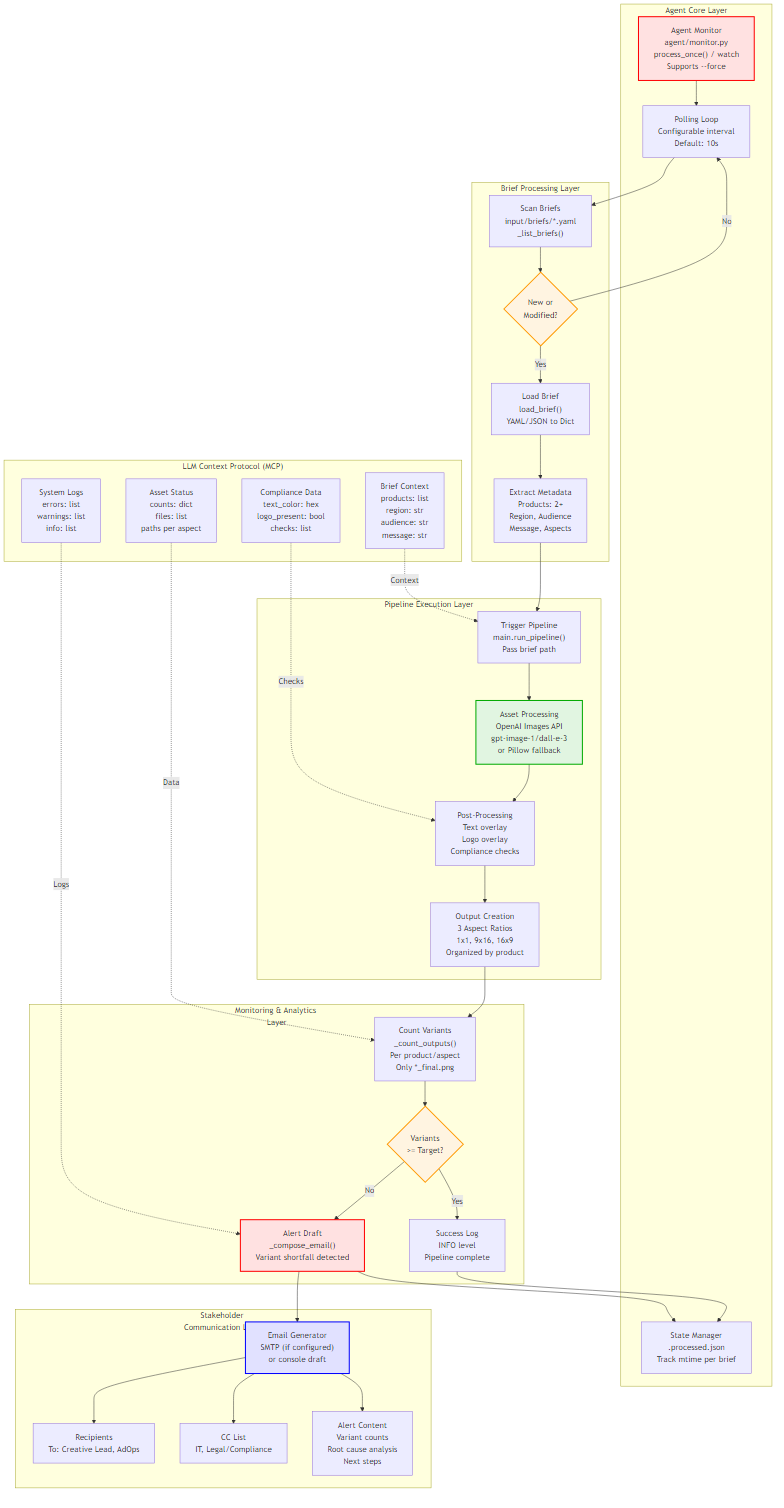
Above: docs/agentic_system_design.png in serapsen/ai-automation (Mermaid), before the change. Its source is kept beside it as docs/agentic_system_design.mmd.
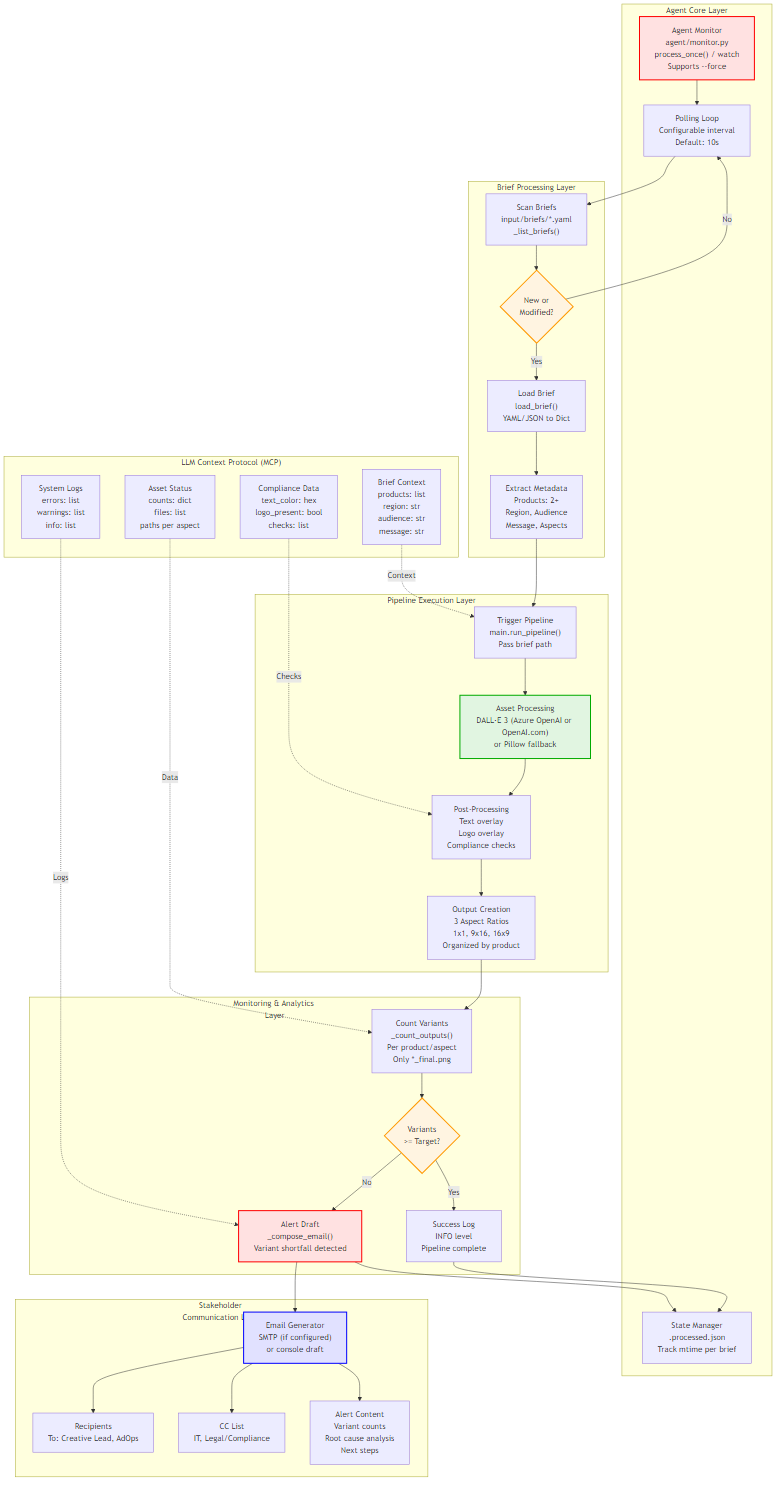
The same file after the commit.

Commit message:
updated docs with dall-e-3 model

What changed in the source:
```diff
@@ -14,7 +14,7 @@
 
   subgraph "Pipeline Execution Layer"
     H["Trigger Pipeline<br/>main.run_pipeline()<br/>Pass brief path"]
-    I["Asset Processing<br/>OpenAI Images API<br/>gpt-image-1/dall-e-3<br/>or Pillow fallback"]
+    I["Asset Processing<br/>DALL·E 3 (Azure OpenAI or OpenAI.com)<br/>or Pillow fallback"]
     J["Post-Processing<br/>Text overlay<br/>Logo overlay<br/>Compliance checks"]
     K["Output Creation<br/>3 Aspect Ratios<br/>1x1, 9x16, 16x9<br/>Organized by product"]
   end
```
